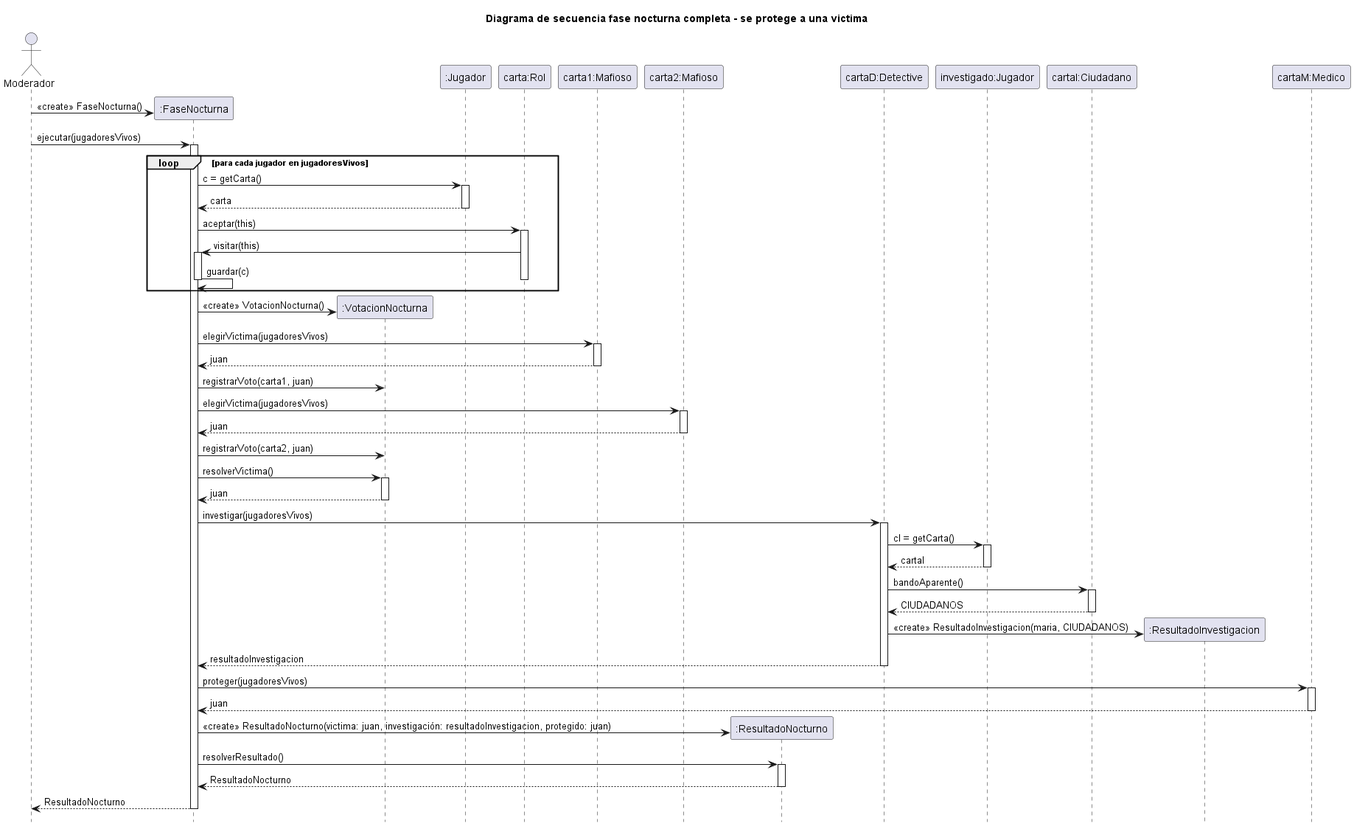
micayaque/fiuba-tp-paradigmas keeps this PlantUML diagram as out/diagrams/sequences/faseNocturnaVictimaProtegida/faseNocturnaVictimaProtegida.png. Above is the earlier version.
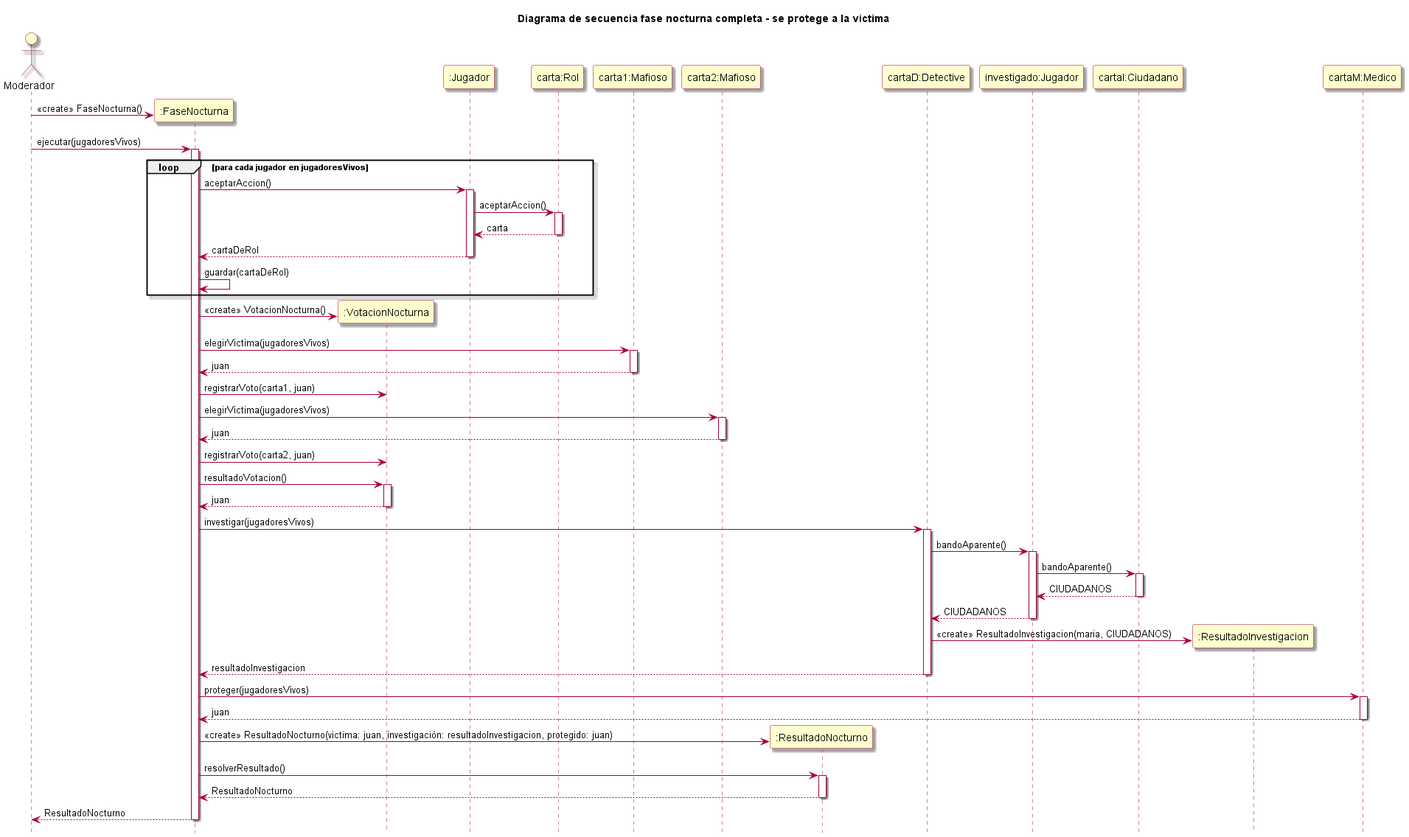
After the change.

Commit message:
agrego correcciones en los diagramas de secuencia

Change to the diagram source:
```diff
@@ -1,26 +1,19 @@
 @startuml
-skinparam classAttributeIconSize 0
-hide footbox
+!include estilos.puml
 
-title Diagrama de secuencia fase nocturna completa - se protege a una victima
+title Diagrama de secuencia fase nocturna completa - se protege a la victima
 
 actor "Moderador" as mod
 
+participant ":FaseNocturna" as fn
 
-
-
-participant ":FaseNocturna" as fn
 participant ":VotacionNocturna" as vn
 
 participant ":Jugador" as j
 participant "carta:Rol" as carta
 
 participant "carta1:Mafioso" as carta1
-
 participant "carta2:Mafioso" as carta2
-
-
-
 
 participant ":ResultadoNocturno" as resultado
 
@@ -30,25 +23,21 @@
 participant ":ResultadoInvestigacion" as ResultadoInvestigacion
 participant "cartaM:Medico" as cartaF
 
-
 mod -> fn ** : <<create>> FaseNocturna()
 mod -> fn : ejecutar(jugadoresVivos)
 
 activate fn
 
     loop para cada jugador en jugadoresVivos
-    fn -> j : c = getCarta()
-    activate j
-    j --> fn : carta
-    deactivate j
-
-    fn -> carta : aceptar(this)
-    activate carta
-    carta -> fn : visitar(this)
-    activate fn
-    fn -> fn : guardar(c)
-    deactivate fn
-    deactivate carta
+        fn -> j : aceptarAccion()
+        activate j
+        j -> carta : aceptarAccion()
+        activate carta
+        carta --> j : carta
+        deactivate carta
+        j --> fn : cartaDeRol
+        deactivate j
+    fn -> fn : guardar(cartaDeRol)
     end
 
     fn -> vn ** : <<create>> VotacionNocturna()
@@ -63,7 +52,7 @@
     deactivate carta2
     fn -> vn : registrarVoto(carta2, juan)
 
-    fn -> vn : resolverVictima()
+    fn -> vn : resultadoVotacion()
     activate vn
     vn --> fn : juan
     deactivate vn
@@ -72,16 +61,14 @@
     fn -> cartaD : investigar(jugadoresVivos)
     activate cartaD
 
-    cartaD -> maria : cI = getCarta()
+    cartaD -> maria : bandoAparente()
     activate maria
-    maria --> cartaD : cartaI
+    maria -> cartaI : bandoAparente()
+    activate cartaI
+    cartaI --> maria : CIUDADANOS
+    deactivate cartaI
+    maria --> cartaD : CIUDADANOS
     deactivate maria
-
-    cartaD -> cartaI : bandoAparente()
-    activate cartaI
-
-    cartaI --> cartaD : CIUDADANOS
-    deactivate cartaI
 
     cartaD -> ResultadoInvestigacion ** : <<create>> ResultadoInvestigacion(maria, CIUDADANOS)
     cartaD --> fn : resultadoInvestigacion
```
